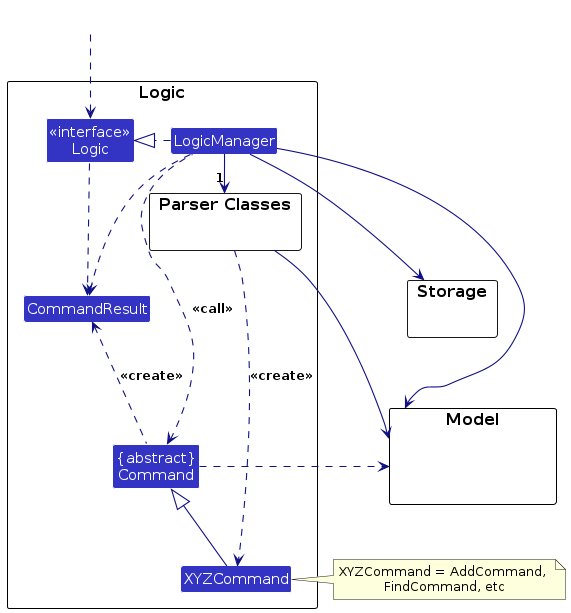
AY2425S1-CS2103T-F09-3/tp keeps this PlantUML diagram as diagrams/LogicClassDiagram.png. Above is the earlier version. Its source is kept beside it as diagrams/LogicClassDiagram.puml. The source it was exported from:
```plantuml
@startuml
!include style.puml
skinparam arrowThickness 1.1
skinparam arrowColor LOGIC_COLOR_T4
skinparam classBackgroundColor LOGIC_COLOR

package Logic as LogicPackage {

package "Parser Classes" as ParserClasses{
}
Class XYZCommand
Class CommandResult
Class "{abstract}\nCommand" as Command


Class "<<interface>>\nLogic" as Logic
Class LogicManager
}

package Model {
Class HiddenModel #FFFFFF
}

package Storage {
}

Class HiddenOutside #FFFFFF
HiddenOutside ..> Logic

LogicManager .right.|> Logic
LogicManager -right->"1" ParserClasses
ParserClasses ..> XYZCommand : <<create>>

XYZCommand -up-|> Command
LogicManager .left.> Command : <<call>>


LogicManager --> Model
ParserClasses --> Model
LogicManager --> Storage
Storage --[hidden] Model
Command .[hidden]up.> Storage
Command .right.> Model
note right of XYZCommand: XYZCommand = AddCommand, \nFindCommand, etc


Logic ..> CommandResult
LogicManager .down.> CommandResult
Command .up.> CommandResult : <<create>>
@enduml
```
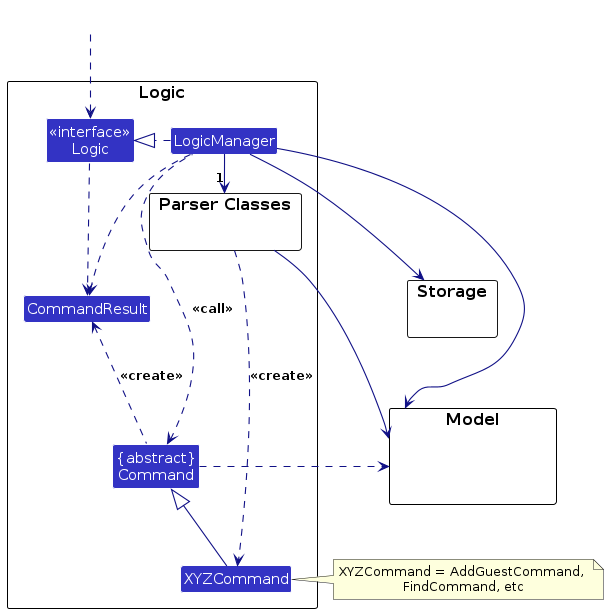
After the change.

The edit, as a diff of the source:
```diff
@@ -41,7 +41,7 @@
 Storage --[hidden] Model
 Command .[hidden]up.> Storage
 Command .right.> Model
-note right of XYZCommand: XYZCommand = AddCommand, \nFindCommand, etc
+note right of XYZCommand: XYZCommand = AddGuestCommand, \nFindCommand, etc
 
 
 Logic ..> CommandResult
```
